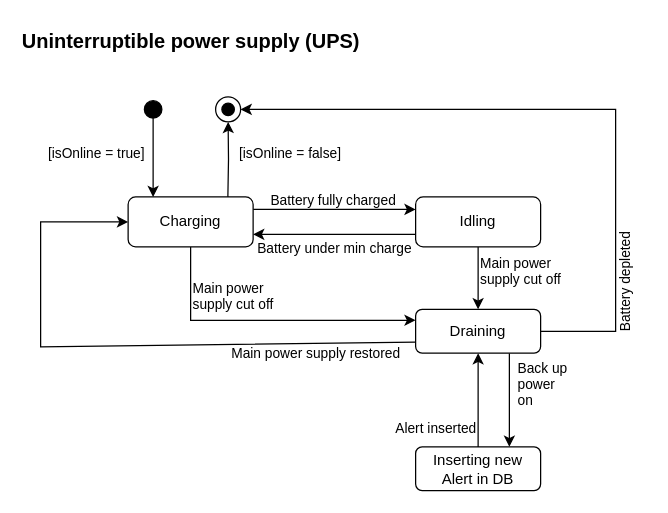
The draw.io diagram State/state3.drawio in IsmailSalehCode/UML-course-work, before the edit. Source tidied: cells renumbered, new cells numbered last; positions are measured from the earlier drawing's top-left corner, leaving out a move shared by most shapes. Both pictures are drawn from the tidied source at 125%, with x=0, y=0 at pixel (21, 21).
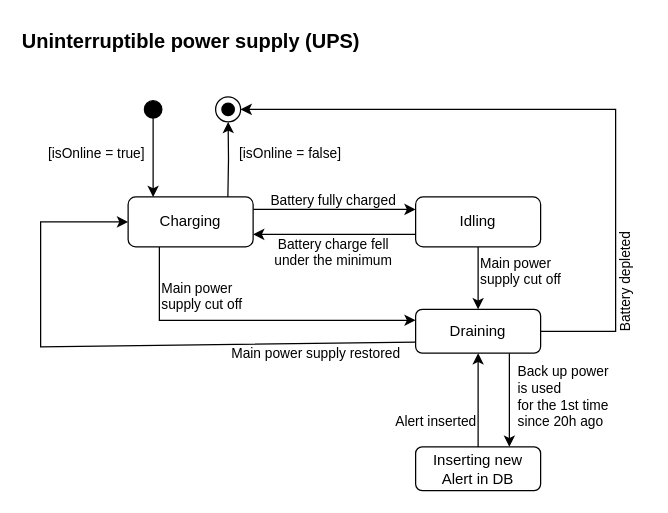
After the change.

Unchanged cells that the change refers to:
```xml
<mxCell id="7" value="Charging" style="rounded=1;whiteSpace=wrap;html=1;" parent="1" vertex="1">
  <mxGeometry x="85" y="140" width="100" height="40" as="geometry" />
</mxCell>
<mxCell id="17" value="Draining" style="rounded=1;whiteSpace=wrap;html=1;" parent="1" vertex="1">
  <mxGeometry x="315" y="230" width="100" height="35" as="geometry" />
</mxCell>
```

Change to the diagram source:
```diff
@@
-    <mxCell id="6" style="edgeStyle=orthogonalEdgeStyle;rounded=0;jettySize=auto;html=1;entryX=0;entryY=0.25;entryDx=0;entryDy=0;exitX=0.5;exitY=1;exitDx=0;exitDy=0;" parent="1" edge="1" source="7" target="17">
+    <mxCell id="6" style="edgeStyle=orthogonalEdgeStyle;rounded=0;jettySize=auto;html=1;entryX=0;entryY=0.25;entryDx=0;entryDy=0;exitX=0.25;exitY=1;exitDx=0;exitDy=0;" parent="1" edge="1" source="7" target="17">
       <mxGeometry relative="1" as="geometry">
         <Array as="points">
-          <mxPoint x="135" y="239" />
+          <mxPoint x="110" y="239" />
         </Array>
       </mxGeometry>
     </mxCell>
@@
-    <mxCell id="11" value="&lt;div style=&quot;font-size: 11px;&quot;&gt;Back up&lt;/div&gt;&lt;div style=&quot;font-size: 11px;&quot;&gt;power&lt;/div&gt;&lt;div style=&quot;font-size: 11px;&quot;&gt;on&lt;/div&gt;" style="text;html=1;align=left;verticalAlign=middle;strokeColor=none;fillColor=none;fontSize=11;" parent="1" vertex="1">
-      <mxGeometry x="395" y="265" width="60" height="50" as="geometry" />
+    <mxCell id="11" value="&lt;div style=&quot;font-size: 11px;&quot;&gt;Back up&amp;nbsp;&lt;span style=&quot;background-color: initial;&quot;&gt;power&amp;nbsp;&lt;/span&gt;&lt;/div&gt;&lt;div style=&quot;font-size: 11px;&quot;&gt;is used&lt;/div&gt;&lt;div style=&quot;font-size: 11px;&quot;&gt;&lt;span style=&quot;background-color: initial;&quot;&gt;for the 1st time&lt;/span&gt;&lt;/div&gt;&lt;div style=&quot;font-size: 11px;&quot;&gt;&lt;span style=&quot;background-color: initial;&quot;&gt;since 20h ago&lt;/span&gt;&lt;/div&gt;" style="text;html=1;align=left;verticalAlign=middle;strokeColor=none;fillColor=none;fontSize=11;" parent="1" vertex="1">
+      <mxGeometry x="395" y="265" width="100" height="70" as="geometry" />
     </mxCell>
@@
     <mxCell id="21" value="Alert inserted" style="text;html=1;align=right;verticalAlign=middle;strokeColor=none;fillColor=none;fontSize=11;" parent="1" vertex="1">
-      <mxGeometry x="275" y="310" width="90" height="30" as="geometry" />
+      <mxGeometry x="275" y="305" width="90" height="30" as="geometry" />
     </mxCell>
@@
     <mxCell id="27" value="Main power&amp;nbsp;&lt;div&gt;supply cut off&lt;/div&gt;" style="text;html=1;align=left;verticalAlign=top;strokeColor=none;fillColor=none;fontSize=11;" parent="1" vertex="1">
-      <mxGeometry x="135" y="200" width="90" height="40" as="geometry" />
+      <mxGeometry x="110" y="200" width="90" height="40" as="geometry" />
     </mxCell>
-    <mxCell id="28" value="Battery under min charge" style="text;html=1;align=center;verticalAlign=bottom;strokeColor=none;fillColor=none;fontSize=11;" parent="1" vertex="1">
-      <mxGeometry x="175" y="160" width="150" height="30" as="geometry" />
+    <mxCell id="28" value="Battery charge fell&lt;div&gt;under the minimum&lt;/div&gt;" style="text;html=1;align=center;verticalAlign=bottom;strokeColor=none;fillColor=none;fontSize=11;" parent="1" vertex="1">
+      <mxGeometry x="189" y="160" width="120" height="40" as="geometry" />
     </mxCell>
```
